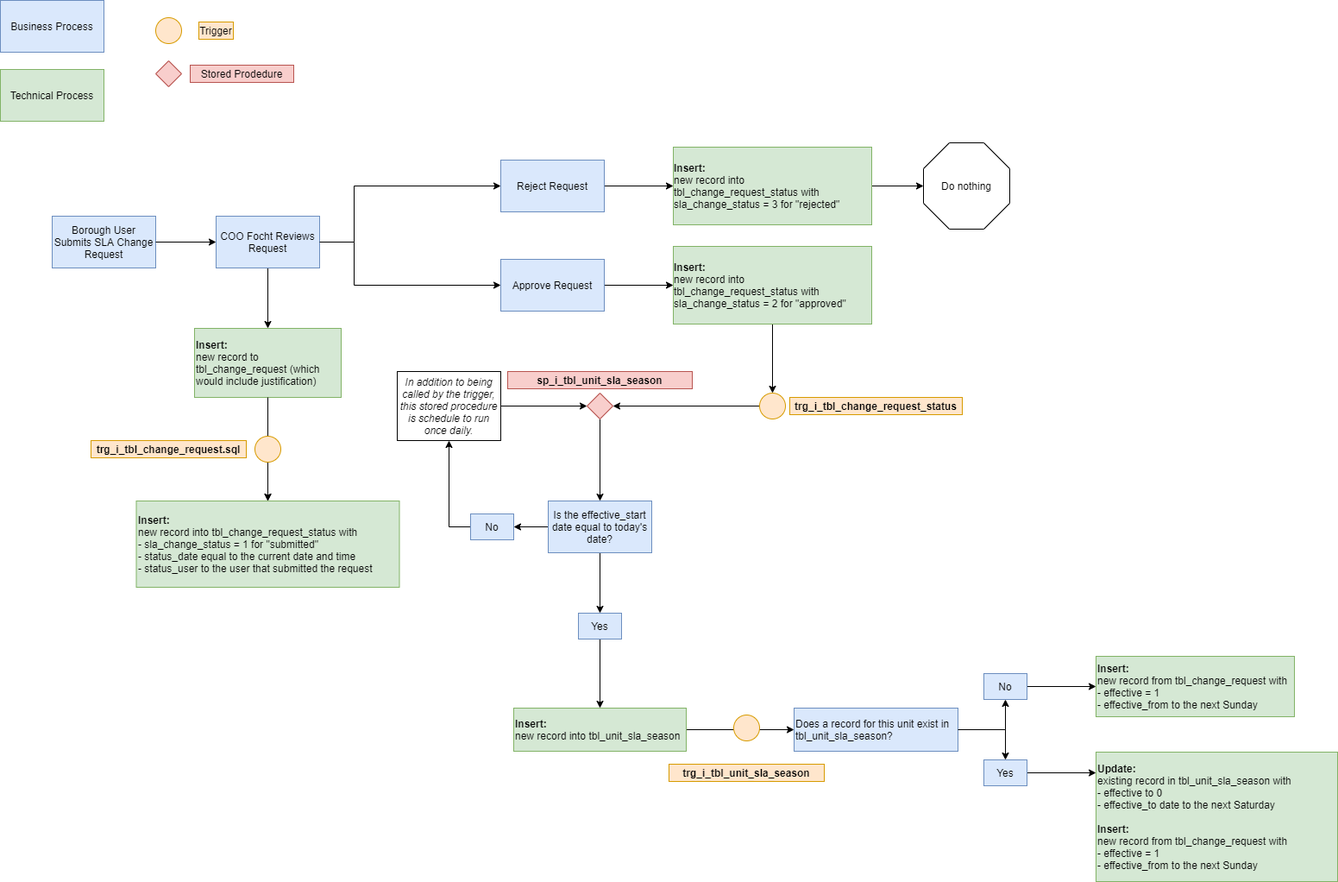
Earlier version of the draw.io export images/trg_i_tbl_change_request.sql; trg_i_tbl_unit_sla_season.sql; sp_i_tbl_unit_sla_season_delay.sql.png (NYC-Parks/SLADB). Source tidied: cells renumbered, new cells last; positions are measured from the earlier drawing's top-left corner, leaving out a move shared by most shapes.
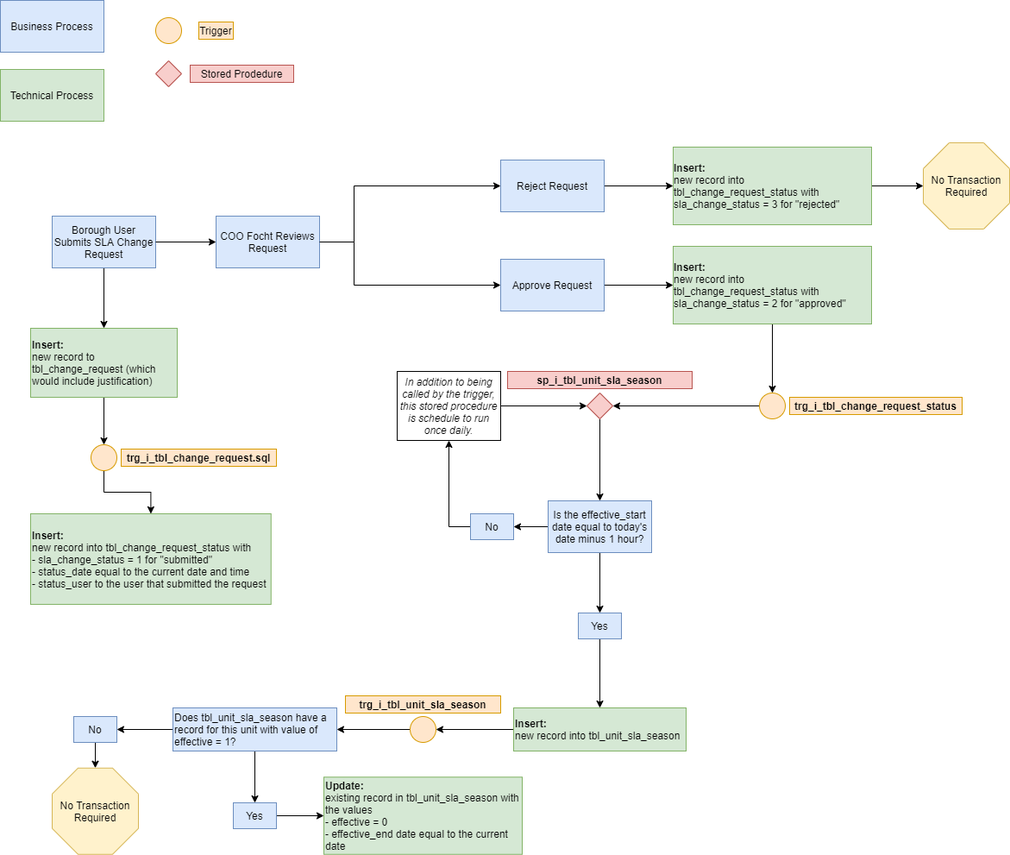
After the commit.

Diff of the diagram source:
```diff
@@ -14,6 +14,9 @@
     <mxCell id="5" value="Trigger" style="text;html=1;strokeColor=#d79b00;fillColor=#ffe6cc;align=center;verticalAlign=middle;whiteSpace=wrap;rounded=0;" parent="1" vertex="1">
       <mxGeometry x="230" y="25" width="40" height="20" as="geometry" />
     </mxCell>
+    <mxCell id="58" style="edgeStyle=orthogonalEdgeStyle;rounded=0;jettySize=auto;html=1;" parent="1" edge="1" source="6" target="12">
+      <mxGeometry relative="1" as="geometry" />
+    </mxCell>
     <mxCell id="6" value="Borough User Submits SLA Change Request" style="rounded=0;whiteSpace=wrap;html=1;fillColor=#dae8fc;strokeColor=#6c8ebf;" parent="1" vertex="1">
       <mxGeometry x="60" y="250" width="120" height="60" as="geometry" />
     </mxCell>
@@ -28,20 +31,20 @@
         </Array>
       </mxGeometry>
     </mxCell>
-    <mxCell id="9" style="edgeStyle=orthogonalEdgeStyle;rounded=0;jettySize=auto;html=1;" parent="1" edge="1" source="10" target="12">
-      <mxGeometry relative="1" as="geometry" />
-    </mxCell>
     <mxCell id="10" value="COO Focht Reviews Request" style="rounded=0;whiteSpace=wrap;html=1;fillColor=#dae8fc;strokeColor=#6c8ebf;" parent="1" vertex="1">
       <mxGeometry x="250" y="250" width="120" height="60" as="geometry" />
     </mxCell>
     <mxCell id="11" style="edgeStyle=orthogonalEdgeStyle;rounded=0;jettySize=auto;html=1;exitX=0.5;exitY=1;exitDx=0;exitDy=0;" parent="1" edge="1" source="33" target="13">
       <mxGeometry relative="1" as="geometry" />
     </mxCell>
+    <mxCell id="59" style="edgeStyle=orthogonalEdgeStyle;rounded=0;jettySize=auto;html=1;" parent="1" edge="1" source="12" target="33">
+      <mxGeometry relative="1" as="geometry" />
+    </mxCell>
     <mxCell id="12" value="Insert:&lt;br&gt;&lt;span style=&quot;font-weight: normal&quot;&gt;new record to tbl_change_request (which would include justification)&lt;br&gt;&lt;/span&gt;" style="rounded=0;whiteSpace=wrap;html=1;fillColor=#d5e8d4;strokeColor=#82b366;fontStyle=1;align=left;" parent="1" vertex="1">
-      <mxGeometry x="225" y="380" width="170" height="80" as="geometry" />
+      <mxGeometry x="35" y="380" width="170" height="80" as="geometry" />
     </mxCell>
     <mxCell id="13" value="Insert:&lt;br&gt;&lt;span style=&quot;font-weight: normal&quot;&gt;new record into tbl_change_request_status with &lt;br&gt;- sla_change_status = 1 for &quot;submitted&quot;&lt;br&gt;- status_date equal to the current date and time&lt;br&gt;- status_user to the user that submitted the request&lt;br&gt;&lt;/span&gt;" style="rounded=0;whiteSpace=wrap;html=1;fillColor=#d5e8d4;strokeColor=#82b366;fontStyle=1;align=left;" parent="1" vertex="1">
-      <mxGeometry x="157.5" y="580" width="305" height="100" as="geometry" />
+      <mxGeometry x="35" y="595" width="278.8" height="105" as="geometry" />
     </mxCell>
     <mxCell id="14" style="edgeStyle=orthogonalEdgeStyle;rounded=0;jettySize=auto;html=1;exitX=1;exitY=0.5;exitDx=0;exitDy=0;entryX=0;entryY=0.5;entryDx=0;entryDy=0;" parent="1" edge="1" source="10" target="20">
       <mxGeometry relative="1" as="geometry">
@@ -75,7 +78,7 @@
     <mxCell id="22" style="edgeStyle=orthogonalEdgeStyle;rounded=0;jettySize=auto;html=1;exitX=0;exitY=0.5;exitDx=0;exitDy=0;entryX=1;entryY=0.5;entryDx=0;entryDy=0;" parent="1" edge="1" source="23" target="25">
       <mxGeometry relative="1" as="geometry" />
     </mxCell>
-    <mxCell id="23" value="Is the effective_start date equal to today's date?" style="rounded=0;whiteSpace=wrap;html=1;fillColor=#dae8fc;strokeColor=#6c8ebf;" parent="1" vertex="1">
+    <mxCell id="23" value="Is the effective_start date equal to today's date minus 1 hour?" style="rounded=0;whiteSpace=wrap;html=1;fillColor=#dae8fc;strokeColor=#6c8ebf;" parent="1" vertex="1">
       <mxGeometry x="635" y="580" width="120" height="60" as="geometry" />
     </mxCell>
     <mxCell id="24" style="edgeStyle=orthogonalEdgeStyle;rounded=0;jettySize=auto;html=1;exitX=0;exitY=0.5;exitDx=0;exitDy=0;" parent="1" edge="1" source="25" target="57">
@@ -88,11 +91,8 @@
       <mxGeometry relative="1" as="geometry" />
     </mxCell>
     <mxCell id="27" value="&lt;b&gt;trg_i_tbl_change_request.sql&lt;/b&gt;" style="text;html=1;strokeColor=#d79b00;fillColor=#ffe6cc;align=center;verticalAlign=middle;whiteSpace=wrap;rounded=0;" parent="1" vertex="1">
-      <mxGeometry x="105" y="510" width="180" height="20" as="geometry" />
+      <mxGeometry x="140" y="520" width="180" height="20" as="geometry" />
     </mxCell>
-    <mxCell id="28" style="edgeStyle=orthogonalEdgeStyle;rounded=0;jettySize=auto;html=1;exitX=0.5;exitY=1;exitDx=0;exitDy=0;entryX=0.5;entryY=0;entryDx=0;entryDy=0;" parent="1" edge="1" source="12" target="13">
-      <mxGeometry relative="1" as="geometry" />
-    </mxCell>
     <mxCell id="29" style="edgeStyle=orthogonalEdgeStyle;rounded=0;jettySize=auto;html=1;exitX=0.5;exitY=1;exitDx=0;exitDy=0;entryX=0.5;entryY=0;entryDx=0;entryDy=0;" parent="1" edge="1" source="30" target="36">
       <mxGeometry relative="1" as="geometry" />
     </mxCell>
@@ -106,42 +106,28 @@
       <mxGeometry x="220" y="75" width="120" height="20" as="geometry" />
     </mxCell>
     <mxCell id="33" style="ellipse;whiteSpace=wrap;html=1;fillColor=#ffe6cc;strokeColor=#d79b00;" parent="1" vertex="1">
-      <mxGeometry x="295" y="505" width="30" height="30" as="geometry" />
+      <mxGeometry x="105" y="515" width="30" height="30" as="geometry" />
     </mxCell>
     <mxCell id="34" value="&lt;b&gt;sp_i_tbl_unit_sla_season&lt;br&gt;&lt;/b&gt;" style="text;html=1;strokeColor=#b85450;fillColor=#f8cecc;align=center;verticalAlign=middle;whiteSpace=wrap;rounded=0;" parent="1" vertex="1">
       <mxGeometry x="588" y="430" width="214" height="20" as="geometry" />
     </mxCell>
-    <mxCell id="35" style="edgeStyle=orthogonalEdgeStyle;rounded=0;jettySize=auto;html=1;" parent="1" edge="1" source="36" target="38">
-      <mxGeometry relative="1" as="geometry" />
-    </mxCell>
+    <mxCell id="60" style="edgeStyle=orthogonalEdgeStyle;rounded=0;jettySize=auto;html=1;exitX=0;exitY=0.5;exitDx=0;exitDy=0;entryX=1;entryY=0.5;entryDx=0;entryDy=0;" parent="1" edge="1" source="36" target="48">
+      <mxGeometry relative="1" as="geometry" />
+    </mxCell>
     <mxCell id="36" value="Insert:&lt;br&gt;&lt;span style=&quot;font-weight: 400&quot;&gt;new record into tbl_unit_sla_season&lt;/span&gt;" style="rounded=0;whiteSpace=wrap;html=1;fillColor=#d5e8d4;strokeColor=#82b366;fontStyle=1;align=left;" parent="1" vertex="1">
       <mxGeometry x="595" y="820" width="200" height="50" as="geometry" />
     </mxCell>
-    <mxCell id="37" style="edgeStyle=orthogonalEdgeStyle;rounded=0;jettySize=auto;html=1;" parent="1" edge="1" source="38" target="41">
-      <mxGeometry relative="1" as="geometry" />
-    </mxCell>
-    <mxCell id="38" value="&lt;span style=&quot;font-weight: normal&quot;&gt;Does a record for this unit exist in tbl_unit_sla_season?&lt;/span&gt;" style="rounded=0;whiteSpace=wrap;html=1;fillColor=#dae8fc;strokeColor=#6c8ebf;fontStyle=1;align=left;" parent="1" vertex="1">
-      <mxGeometry x="920" y="820" width="190" height="50" as="geometry" />
-    </mxCell>
-    <mxCell id="39" style="edgeStyle=orthogonalEdgeStyle;rounded=0;jettySize=auto;html=1;exitX=1;exitY=0.5;exitDx=0;exitDy=0;" parent="1" edge="1" source="38" target="44">
-      <mxGeometry relative="1" as="geometry" />
-    </mxCell>
-    <mxCell id="40" style="edgeStyle=orthogonalEdgeStyle;rounded=0;jettySize=auto;html=1;" parent="1" edge="1" source="41" target="42">
-      <mxGeometry relative="1" as="geometry" />
-    </mxCell>
+    <mxCell id="61" style="edgeStyle=orthogonalEdgeStyle;rounded=0;jettySize=auto;html=1;exitX=0.5;exitY=1;exitDx=0;exitDy=0;entryX=0;entryY=0.5;entryDx=0;entryDy=0;entryPerimeter=0;" parent="1" edge="1" source="41" target="64">
+      <mxGeometry relative="1" as="geometry" />
+    </mxCell>
     <mxCell id="41" value="&lt;span style=&quot;font-weight: normal&quot;&gt;No&lt;/span&gt;" style="rounded=0;whiteSpace=wrap;html=1;fillColor=#dae8fc;strokeColor=#6c8ebf;fontStyle=1;align=center;" parent="1" vertex="1">
-      <mxGeometry x="1140" y="780" width="50" height="30" as="geometry" />
+      <mxGeometry x="85" y="830" width="50" height="30" as="geometry" />
     </mxCell>
-    <mxCell id="42" value="Insert:&lt;br&gt;&lt;span style=&quot;font-weight: normal&quot;&gt;new record from tbl_change_request with&lt;br&gt;&lt;/span&gt;&lt;span style=&quot;font-weight: normal&quot;&gt;- effective = 1&lt;br&gt;- effective_from to the next Sunday&lt;br&gt;&lt;/span&gt;" style="rounded=0;whiteSpace=wrap;html=1;fillColor=#d5e8d4;strokeColor=#82b366;fontStyle=1;align=left;" parent="1" vertex="1">
-      <mxGeometry x="1270" y="760" width="230" height="70" as="geometry" />
-    </mxCell>
-    <mxCell id="43" style="edgeStyle=orthogonalEdgeStyle;rounded=0;jettySize=auto;html=1;" parent="1" edge="1" source="44">
-      <mxGeometry relative="1" as="geometry">
-        <mxPoint x="1270" y="895" as="targetPoint" />
-      </mxGeometry>
-    </mxCell>
+    <mxCell id="62" style="edgeStyle=orthogonalEdgeStyle;rounded=0;jettySize=auto;html=1;exitX=1;exitY=0.5;exitDx=0;exitDy=0;entryX=0;entryY=0.5;entryDx=0;entryDy=0;" parent="1" edge="1" source="44" target="50">
+      <mxGeometry relative="1" as="geometry" />
+    </mxCell>
     <mxCell id="44" value="&lt;span style=&quot;font-weight: normal&quot;&gt;Yes&lt;/span&gt;" style="rounded=0;whiteSpace=wrap;html=1;fillColor=#dae8fc;strokeColor=#6c8ebf;fontStyle=1;align=center;" parent="1" vertex="1">
-      <mxGeometry x="1140" y="880" width="50" height="30" as="geometry" />
+      <mxGeometry x="270" y="930" width="50" height="30" as="geometry" />
     </mxCell>
     <mxCell id="45" style="edgeStyle=orthogonalEdgeStyle;rounded=0;jettySize=auto;html=1;exitX=0;exitY=0.5;exitDx=0;exitDy=0;entryX=1;entryY=0.5;entryDx=0;entryDy=0;" parent="1" edge="1" source="46" target="52">
       <mxGeometry relative="1" as="geometry" />
@@ -152,14 +138,17 @@
     <mxCell id="47" value="&lt;b&gt;trg_i_tbl_change_request_status&lt;/b&gt;" style="text;html=1;strokeColor=#d79b00;fillColor=#ffe6cc;align=center;verticalAlign=middle;whiteSpace=wrap;rounded=0;" parent="1" vertex="1">
       <mxGeometry x="915" y="460" width="200" height="20" as="geometry" />
     </mxCell>
+    <mxCell id="63" style="edgeStyle=orthogonalEdgeStyle;rounded=0;jettySize=auto;html=1;exitX=0;exitY=0.5;exitDx=0;exitDy=0;" parent="1" edge="1" source="48" target="67">
+      <mxGeometry relative="1" as="geometry" />
+    </mxCell>
     <mxCell id="48" style="ellipse;whiteSpace=wrap;html=1;fillColor=#ffe6cc;strokeColor=#d79b00;" parent="1" vertex="1">
-      <mxGeometry x="850" y="828" width="30" height="30" as="geometry" />
+      <mxGeometry x="475" y="830" width="30" height="30" as="geometry" />
     </mxCell>
     <mxCell id="49" value="&lt;b&gt;trg_i_tbl_unit_sla_season&lt;/b&gt;" style="text;html=1;strokeColor=#d79b00;fillColor=#ffe6cc;align=center;verticalAlign=middle;whiteSpace=wrap;rounded=0;" parent="1" vertex="1">
-      <mxGeometry x="775" y="885" width="180" height="20" as="geometry" />
+      <mxGeometry x="400" y="806" width="180" height="20" as="geometry" />
     </mxCell>
-    <mxCell id="50" value="Update:&lt;br&gt;&lt;span style=&quot;font-weight: normal&quot;&gt;existing record in tbl_unit_sla_season with&lt;/span&gt;&lt;br&gt;&lt;span style=&quot;font-weight: normal&quot;&gt;- effective to 0&lt;br&gt;- effective_to date to the next Saturday&lt;br&gt;&lt;br&gt;&lt;/span&gt;Insert:&lt;br&gt;&lt;span style=&quot;font-weight: normal&quot;&gt;new record from tbl_change_request with&lt;br&gt;&lt;/span&gt;&lt;span style=&quot;font-weight: normal&quot;&gt;- effective = 1&lt;br&gt;- effective_from to the next Sunday&lt;/span&gt;" style="rounded=0;whiteSpace=wrap;html=1;fillColor=#d5e8d4;strokeColor=#82b366;fontStyle=1;align=left;" parent="1" vertex="1">
-      <mxGeometry x="1270" y="871" width="280" height="150" as="geometry" />
+    <mxCell id="50" value="Update:&lt;br&gt;&lt;span style=&quot;font-weight: normal&quot;&gt;existing record in tbl_unit_sla_season with the values&lt;/span&gt;&lt;br&gt;&lt;span style=&quot;font-weight: normal&quot;&gt;- effective = 0&lt;br&gt;- effective_end date equal to the current date&lt;br&gt;&lt;/span&gt;" style="rounded=0;whiteSpace=wrap;html=1;fillColor=#d5e8d4;strokeColor=#82b366;fontStyle=1;align=left;" parent="1" vertex="1">
+      <mxGeometry x="375" y="900.2" width="230" height="89.5" as="geometry" />
     </mxCell>
     <mxCell id="51" style="edgeStyle=orthogonalEdgeStyle;rounded=0;jettySize=auto;html=1;exitX=0.5;exitY=1;exitDx=0;exitDy=0;entryX=0.5;entryY=0;entryDx=0;entryDy=0;" parent="1" edge="1" source="52" target="23">
       <mxGeometry relative="1" as="geometry" />
@@ -173,7 +162,7 @@
     <mxCell id="54" value="&lt;div style=&quot;text-align: left&quot;&gt;&lt;span&gt;&lt;b&gt;Insert:&lt;/b&gt;&lt;/span&gt;&lt;/div&gt;&lt;div style=&quot;text-align: left&quot;&gt;&lt;span&gt;new record into tbl_change_request_status with sla_change_status = 2 for &quot;approved&quot;&lt;/span&gt;&lt;/div&gt;" style="rounded=0;whiteSpace=wrap;html=1;fillColor=#d5e8d4;strokeColor=#82b366;" parent="1" vertex="1">
       <mxGeometry x="780" y="285" width="230" height="90" as="geometry" />
     </mxCell>
-    <mxCell id="55" value="Do nothing" style="whiteSpace=wrap;html=1;shape=mxgraph.basic.octagon2;align=center;verticalAlign=middle;dx=15;" parent="1" vertex="1">
+    <mxCell id="55" value="No Transaction Required" style="whiteSpace=wrap;html=1;shape=mxgraph.basic.octagon2;align=center;verticalAlign=middle;dx=15;fillColor=#fff2cc;strokeColor=#d6b656;" parent="1" vertex="1">
       <mxGeometry x="1070" y="165" width="100" height="100" as="geometry" />
     </mxCell>
     <mxCell id="56" style="edgeStyle=orthogonalEdgeStyle;rounded=0;jettySize=auto;html=1;exitX=1;exitY=0.5;exitDx=0;exitDy=0;entryX=0;entryY=0.5;entryDx=0;entryDy=0;" parent="1" edge="1" source="57" target="52">
@@ -182,5 +171,17 @@
     <mxCell id="57" value="&lt;i&gt;In addition to being called by the trigger, this stored procedure is schedule to run once daily.&lt;/i&gt;" style="rounded=0;whiteSpace=wrap;html=1;" parent="1" vertex="1">
       <mxGeometry x="460" y="430" width="120" height="80" as="geometry" />
     </mxCell>
+    <mxCell id="64" value="No Transaction Required" style="whiteSpace=wrap;html=1;shape=mxgraph.basic.octagon2;align=center;verticalAlign=middle;dx=15;fillColor=#fff2cc;strokeColor=#d6b656;direction=south;" parent="1" vertex="1">
+      <mxGeometry x="60" y="889.8" width="100" height="100" as="geometry" />
+    </mxCell>
+    <mxCell id="65" style="edgeStyle=orthogonalEdgeStyle;rounded=0;jettySize=auto;html=1;exitX=0.5;exitY=1;exitDx=0;exitDy=0;entryX=0.5;entryY=0;entryDx=0;entryDy=0;" parent="1" edge="1" source="67" target="44">
+      <mxGeometry relative="1" as="geometry" />
+    </mxCell>
+    <mxCell id="66" style="edgeStyle=orthogonalEdgeStyle;rounded=0;jettySize=auto;html=1;exitX=0;exitY=0.5;exitDx=0;exitDy=0;entryX=1;entryY=0.5;entryDx=0;entryDy=0;" parent="1" edge="1" source="67" target="41">
+      <mxGeometry relative="1" as="geometry" />
+    </mxCell>
+    <mxCell id="67" value="&lt;span style=&quot;font-weight: 400 ; text-align: center&quot;&gt;Does tbl_unit_sla_season have a record for this unit with value of effective = 1?&lt;/span&gt;" style="rounded=0;whiteSpace=wrap;html=1;fillColor=#dae8fc;strokeColor=#6c8ebf;fontStyle=1;align=left;" parent="1" vertex="1">
+      <mxGeometry x="200" y="820" width="190" height="50" as="geometry" />
+    </mxCell>
   </root>
 </mxGraphModel>
```
